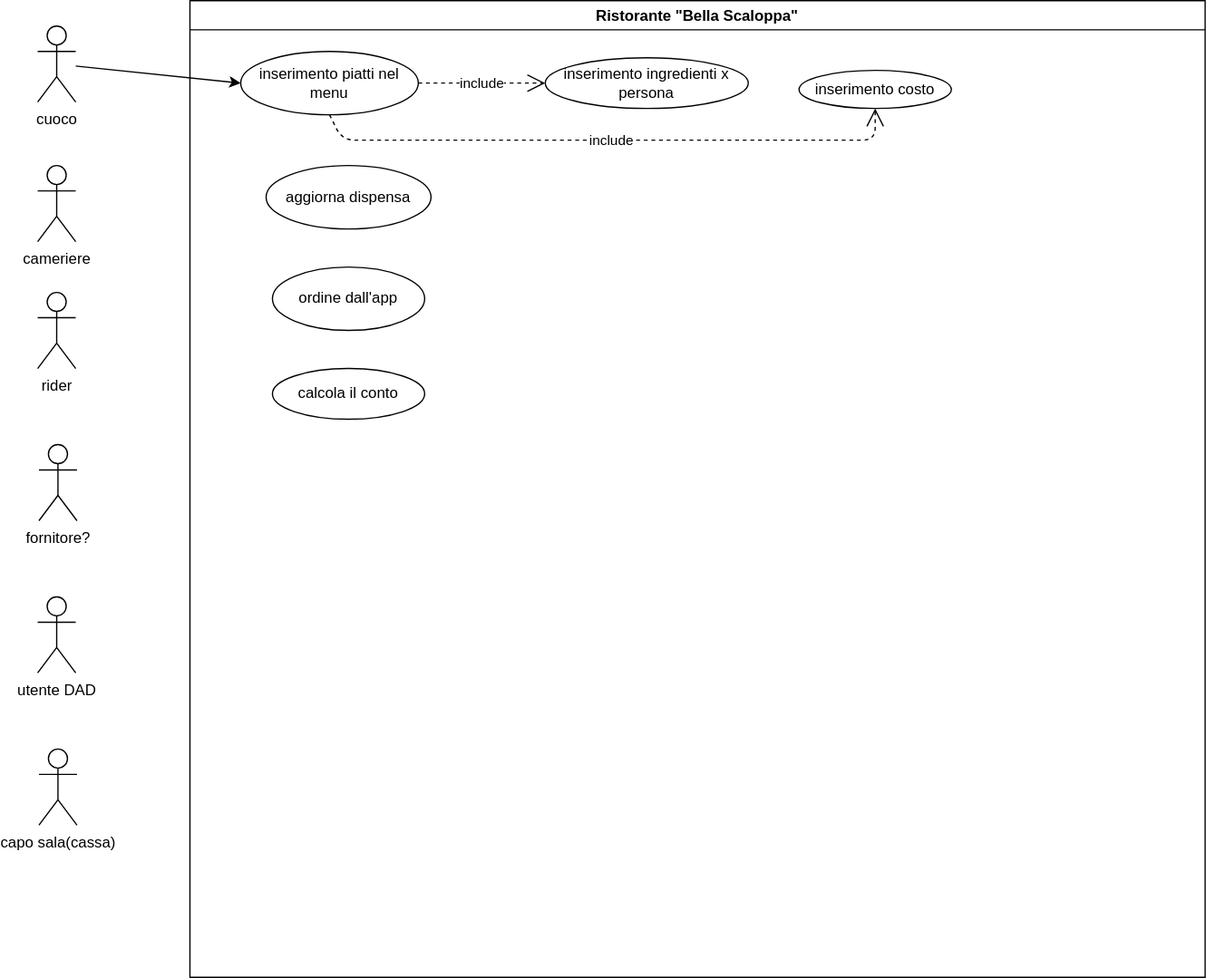
Santeenee/ExamProject keeps this draw.io diagram as ExamUseCaseDiagram.svg. Above is the earlier version. Source tidied: cells renumbered, new cells last; positions are measured from the earlier drawing's top-left corner, leaving out a move shared by most shapes. Source of this version:
```xml
<mxGraphModel>
  <root>
    <mxCell id="0" />
    <mxCell id="1" parent="0" />
    <mxCell id="2" value="cuoco" style="shape=umlActor;verticalLabelPosition=bottom;verticalAlign=top;html=1;outlineConnect=0;" parent="1" vertex="1">
      <mxGeometry y="20" width="30" height="60" as="geometry" />
    </mxCell>
    <mxCell id="3" value="cameriere" style="shape=umlActor;verticalLabelPosition=bottom;verticalAlign=top;html=1;outlineConnect=0;" parent="1" vertex="1">
      <mxGeometry y="130" width="30" height="60" as="geometry" />
    </mxCell>
    <mxCell id="4" value="fornitore?" style="shape=umlActor;verticalLabelPosition=bottom;verticalAlign=top;html=1;" parent="1" vertex="1">
      <mxGeometry x="1" y="350" width="30" height="60" as="geometry" />
    </mxCell>
    <mxCell id="5" value="utente DAD" style="shape=umlActor;verticalLabelPosition=bottom;verticalAlign=top;html=1;outlineConnect=0;" parent="1" vertex="1">
      <mxGeometry y="470" width="30" height="60" as="geometry" />
    </mxCell>
    <mxCell id="6" value="rider" style="shape=umlActor;verticalLabelPosition=bottom;verticalAlign=top;html=1;outlineConnect=0;" parent="1" vertex="1">
      <mxGeometry y="230" width="30" height="60" as="geometry" />
    </mxCell>
    <mxCell id="7" value="capo sala(cassa)" style="shape=umlActor;verticalLabelPosition=bottom;verticalAlign=top;html=1;" parent="1" vertex="1">
      <mxGeometry x="1" y="590" width="30" height="60" as="geometry" />
    </mxCell>
    <mxCell id="8" style="endArrow=classic;html=1;entryX=0;entryY=0.5;entryDx=0;entryDy=0;" parent="1" edge="1" source="2" target="15">
      <mxGeometry relative="1" as="geometry" />
    </mxCell>
    <mxCell id="9" value="Ristorante &quot;Bella Scaloppa&quot;" style="swimlane;" parent="1" vertex="1">
      <mxGeometry x="120" width="800" height="770" as="geometry" />
    </mxCell>
    <mxCell id="10" value="inserimento ingredienti x persona" style="ellipse;whiteSpace=wrap;html=1;" parent="9" vertex="1">
      <mxGeometry x="280" y="45" width="160" height="40" as="geometry" />
    </mxCell>
    <mxCell id="11" value="inserimento costo" style="ellipse;whiteSpace=wrap;html=1;" parent="9" vertex="1">
      <mxGeometry x="480" y="55" width="120" height="30" as="geometry" />
    </mxCell>
    <mxCell id="12" value="aggiorna dispensa" style="ellipse;whiteSpace=wrap;html=1;" parent="9" vertex="1">
      <mxGeometry x="60" y="130" width="130" height="50" as="geometry" />
    </mxCell>
    <mxCell id="13" value="ordine dall'app" style="ellipse;whiteSpace=wrap;html=1;" parent="9" vertex="1">
      <mxGeometry x="65" y="210" width="120" height="50" as="geometry" />
    </mxCell>
    <mxCell id="14" value="calcola il conto" style="ellipse;whiteSpace=wrap;html=1;" parent="9" vertex="1">
      <mxGeometry x="65" y="290" width="120" height="40" as="geometry" />
    </mxCell>
    <mxCell id="15" value="inserimento piatti nel menu" style="ellipse;whiteSpace=wrap;html=1;" parent="9" vertex="1">
      <mxGeometry x="40" y="40" width="140" height="50" as="geometry" />
    </mxCell>
    <mxCell id="16" value="include" style="endArrow=open;endSize=12;dashed=1;html=1;exitX=1;exitY=0.5;exitDx=0;exitDy=0;entryX=0;entryY=0.5;entryDx=0;entryDy=0;" parent="9" edge="1" source="15" target="10">
      <mxGeometry relative="1" as="geometry" />
    </mxCell>
    <mxCell id="17" value="include" style="endArrow=open;endSize=12;dashed=1;html=1;entryX=0.5;entryY=1;entryDx=0;entryDy=0;exitX=0.5;exitY=1;exitDx=0;exitDy=0;" parent="9" edge="1" source="15" target="11">
      <mxGeometry relative="1" as="geometry">
        <Array as="points">
          <mxPoint x="120" y="110" />
          <mxPoint x="540" y="110" />
        </Array>
      </mxGeometry>
    </mxCell>
  </root>
</mxGraphModel>
```
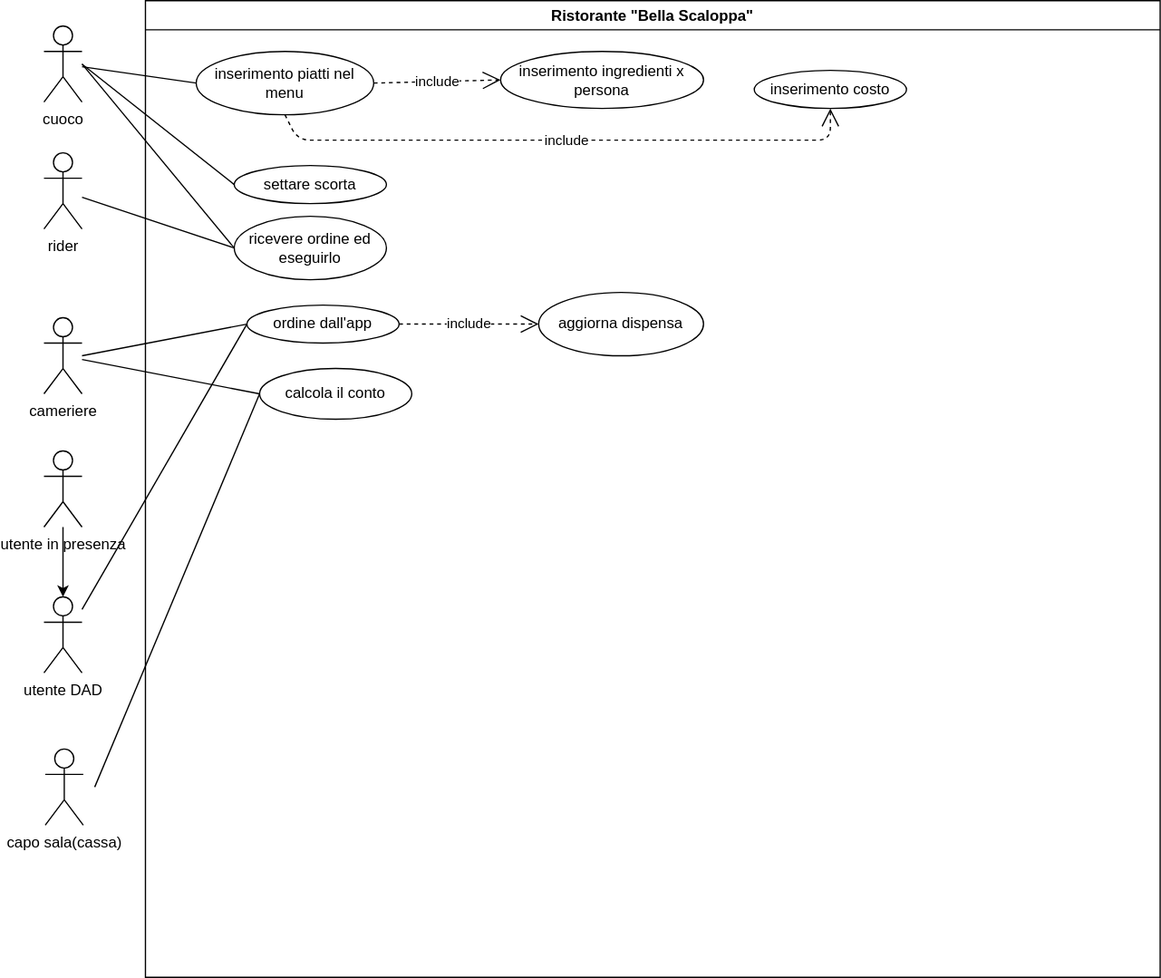
The same file after the commit.

The edit, as a diff of the source:
```diff
@@ -6,40 +6,34 @@
       <mxGeometry y="20" width="30" height="60" as="geometry" />
     </mxCell>
     <mxCell id="3" value="cameriere" style="shape=umlActor;verticalLabelPosition=bottom;verticalAlign=top;html=1;outlineConnect=0;" parent="1" vertex="1">
-      <mxGeometry y="130" width="30" height="60" as="geometry" />
+      <mxGeometry y="250" width="30" height="60" as="geometry" />
     </mxCell>
-    <mxCell id="4" value="fornitore?" style="shape=umlActor;verticalLabelPosition=bottom;verticalAlign=top;html=1;" parent="1" vertex="1">
-      <mxGeometry x="1" y="350" width="30" height="60" as="geometry" />
-    </mxCell>
     <mxCell id="5" value="utente DAD" style="shape=umlActor;verticalLabelPosition=bottom;verticalAlign=top;html=1;outlineConnect=0;" parent="1" vertex="1">
       <mxGeometry y="470" width="30" height="60" as="geometry" />
     </mxCell>
     <mxCell id="6" value="rider" style="shape=umlActor;verticalLabelPosition=bottom;verticalAlign=top;html=1;outlineConnect=0;" parent="1" vertex="1">
-      <mxGeometry y="230" width="30" height="60" as="geometry" />
+      <mxGeometry y="120" width="30" height="60" as="geometry" />
     </mxCell>
     <mxCell id="7" value="capo sala(cassa)" style="shape=umlActor;verticalLabelPosition=bottom;verticalAlign=top;html=1;" parent="1" vertex="1">
       <mxGeometry x="1" y="590" width="30" height="60" as="geometry" />
     </mxCell>
-    <mxCell id="8" style="endArrow=classic;html=1;entryX=0;entryY=0.5;entryDx=0;entryDy=0;" parent="1" edge="1" source="2" target="15">
-      <mxGeometry relative="1" as="geometry" />
-    </mxCell>
     <mxCell id="9" value="Ristorante &quot;Bella Scaloppa&quot;" style="swimlane;" parent="1" vertex="1">
-      <mxGeometry x="120" width="800" height="770" as="geometry" />
+      <mxGeometry x="80" width="800" height="770" as="geometry" />
     </mxCell>
     <mxCell id="10" value="inserimento ingredienti x persona" style="ellipse;whiteSpace=wrap;html=1;" parent="9" vertex="1">
-      <mxGeometry x="280" y="45" width="160" height="40" as="geometry" />
+      <mxGeometry x="280" y="40" width="160" height="45" as="geometry" />
     </mxCell>
     <mxCell id="11" value="inserimento costo" style="ellipse;whiteSpace=wrap;html=1;" parent="9" vertex="1">
       <mxGeometry x="480" y="55" width="120" height="30" as="geometry" />
     </mxCell>
     <mxCell id="12" value="aggiorna dispensa" style="ellipse;whiteSpace=wrap;html=1;" parent="9" vertex="1">
-      <mxGeometry x="60" y="130" width="130" height="50" as="geometry" />
+      <mxGeometry x="310" y="230" width="130" height="50" as="geometry" />
     </mxCell>
     <mxCell id="13" value="ordine dall'app" style="ellipse;whiteSpace=wrap;html=1;" parent="9" vertex="1">
-      <mxGeometry x="65" y="210" width="120" height="50" as="geometry" />
+      <mxGeometry x="80" y="240" width="120" height="30" as="geometry" />
     </mxCell>
     <mxCell id="14" value="calcola il conto" style="ellipse;whiteSpace=wrap;html=1;" parent="9" vertex="1">
-      <mxGeometry x="65" y="290" width="120" height="40" as="geometry" />
+      <mxGeometry x="90" y="290" width="120" height="40" as="geometry" />
     </mxCell>
     <mxCell id="15" value="inserimento piatti nel menu" style="ellipse;whiteSpace=wrap;html=1;" parent="9" vertex="1">
       <mxGeometry x="40" y="40" width="140" height="50" as="geometry" />
@@ -55,5 +49,54 @@
         </Array>
       </mxGeometry>
     </mxCell>
+    <mxCell id="18" value="settare scorta" style="ellipse;whiteSpace=wrap;html=1;" parent="9" vertex="1">
+      <mxGeometry x="70" y="130" width="120" height="30" as="geometry" />
+    </mxCell>
+    <mxCell id="19" value="include" style="endArrow=open;endSize=12;dashed=1;html=1;exitX=1;exitY=0.5;exitDx=0;exitDy=0;entryX=0;entryY=0.5;entryDx=0;entryDy=0;" parent="9" edge="1" source="13" target="12">
+      <mxGeometry relative="1" as="geometry" />
+    </mxCell>
+    <mxCell id="20" value="ricevere ordine ed eseguirlo" style="ellipse;whiteSpace=wrap;html=1;" parent="9" vertex="1">
+      <mxGeometry x="70" y="170" width="120" height="50" as="geometry" />
+    </mxCell>
+    <mxCell id="8" style="endArrow=none;html=1;entryX=0;entryY=0.5;entryDx=0;entryDy=0;" parent="1" edge="1" source="2" target="15">
+      <mxGeometry relative="1" as="geometry" />
+    </mxCell>
+    <mxCell id="21" style="endArrow=none;html=1;entryX=0;entryY=0.5;entryDx=0;entryDy=0;" parent="1" edge="1" target="14">
+      <mxGeometry relative="1" as="geometry">
+        <mxPoint x="40" y="620" as="sourcePoint" />
+      </mxGeometry>
+    </mxCell>
+    <mxCell id="22" style="endArrow=none;html=1;entryX=0;entryY=0.5;entryDx=0;entryDy=0;" parent="1" edge="1" source="3" target="14">
+      <mxGeometry relative="1" as="geometry" />
+    </mxCell>
+    <mxCell id="23" style="endArrow=none;html=1;entryX=0;entryY=0.5;entryDx=0;entryDy=0;" parent="1" edge="1" target="13">
+      <mxGeometry relative="1" as="geometry">
+        <mxPoint x="30" y="480" as="sourcePoint" />
+      </mxGeometry>
+    </mxCell>
+    <mxCell id="24" style="endArrow=none;html=1;entryX=0;entryY=0.5;entryDx=0;entryDy=0;" parent="1" edge="1" target="13">
+      <mxGeometry relative="1" as="geometry">
+        <mxPoint x="30" y="280" as="sourcePoint" />
+      </mxGeometry>
+    </mxCell>
+    <mxCell id="25" style="endArrow=none;html=1;entryX=0;entryY=0.5;entryDx=0;entryDy=0;" parent="1" edge="1" target="18">
+      <mxGeometry relative="1" as="geometry">
+        <mxPoint x="30" y="50" as="sourcePoint" />
+      </mxGeometry>
+    </mxCell>
+    <mxCell id="26" style="edgeStyle=orthogonalEdgeStyle;rounded=0;jettySize=auto;html=1;" parent="1" edge="1" source="27" target="5">
+      <mxGeometry relative="1" as="geometry" />
+    </mxCell>
+    <mxCell id="27" value="utente in presenza" style="shape=umlActor;verticalLabelPosition=bottom;verticalAlign=top;html=1;outlineConnect=0;" parent="1" vertex="1">
+      <mxGeometry y="355" width="30" height="60" as="geometry" />
+    </mxCell>
+    <mxCell id="28" style="endArrow=none;html=1;entryX=0;entryY=0.5;entryDx=0;entryDy=0;" parent="1" edge="1" source="6" target="20">
+      <mxGeometry relative="1" as="geometry" />
+    </mxCell>
+    <mxCell id="29" style="endArrow=none;html=1;entryX=0;entryY=0.5;entryDx=0;entryDy=0;" parent="1" edge="1" target="20">
+      <mxGeometry relative="1" as="geometry">
+        <mxPoint x="30" y="50" as="sourcePoint" />
+      </mxGeometry>
+    </mxCell>
   </root>
 </mxGraphModel>
```
